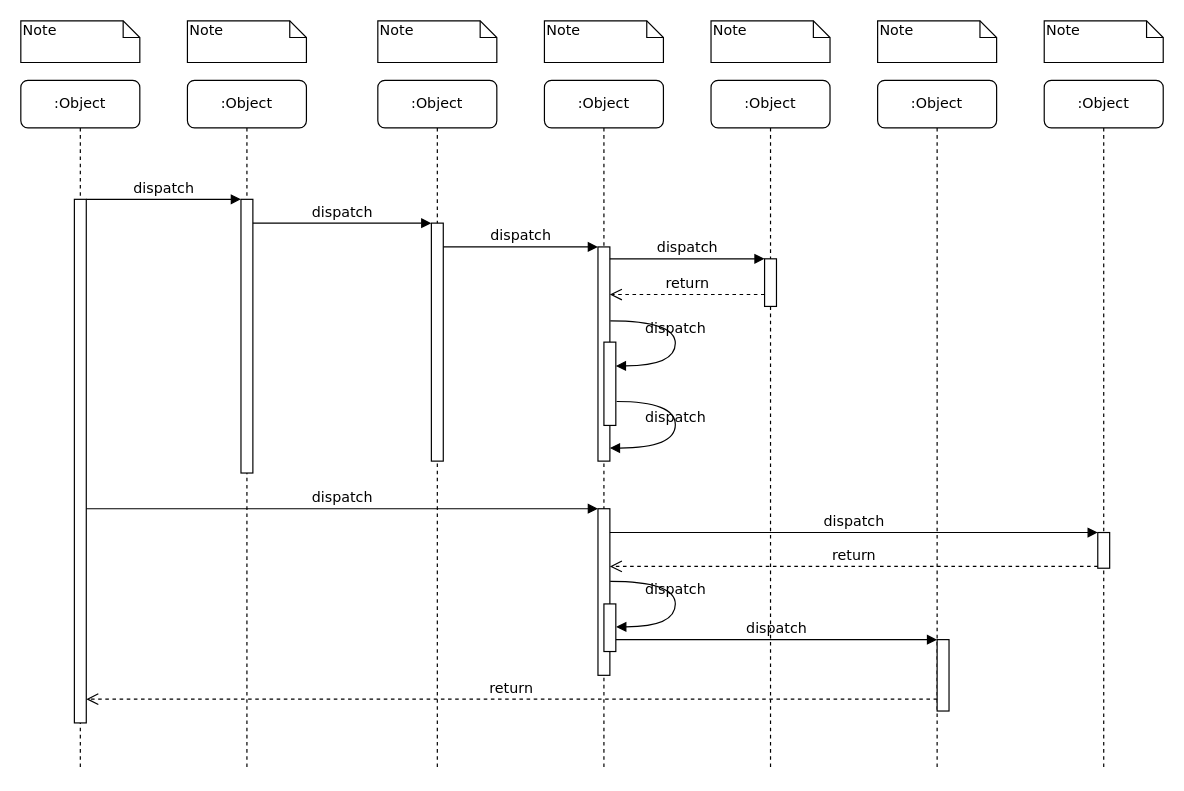
The draw.io diagram craft/push_flow.drawio in feihu618/drawio, before the edit. Source tidied: cells renumbered, new cells numbered last; positions are measured from the earlier drawing's top-left corner, leaving out a move shared by most shapes. Both pictures are drawn from the tidied source at 119%, with x=0, y=0 at pixel (20, 20).
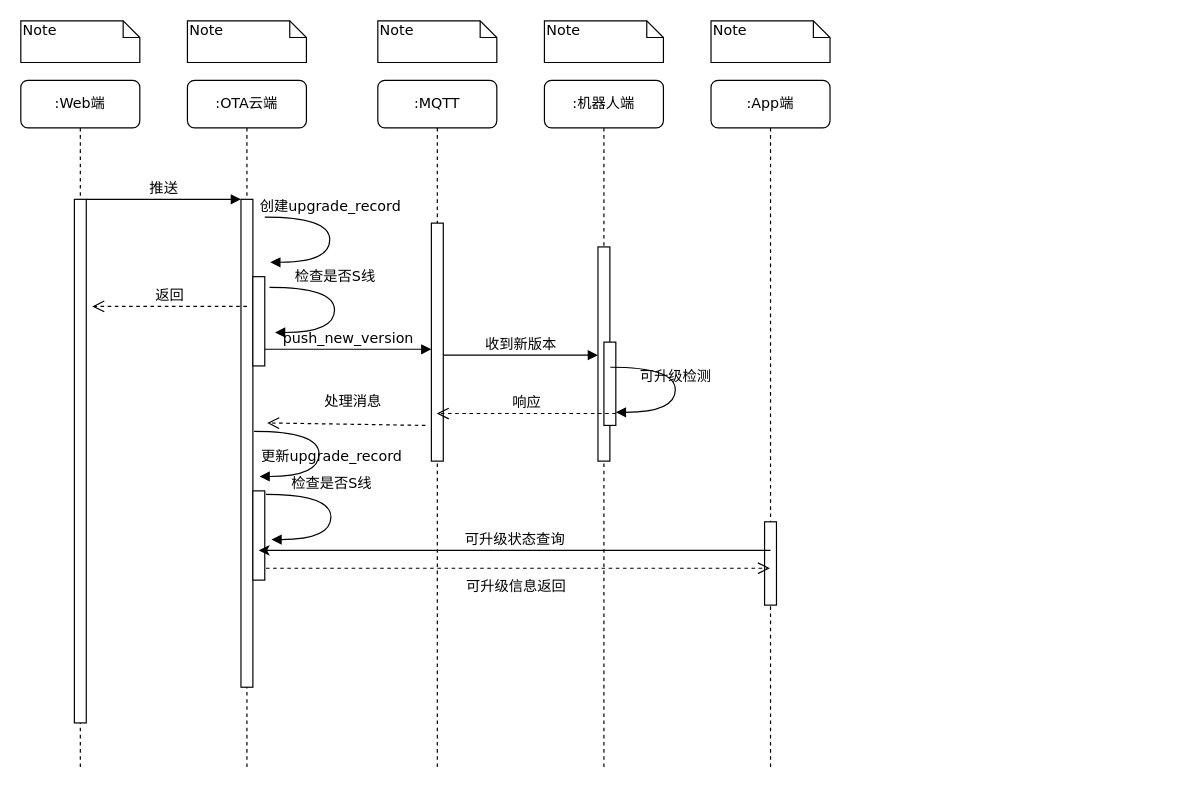
After the change.

The change refers to these unchanged cells:
```xml
<mxCell id="5" style="html=1;points=[];perimeter=orthogonalPerimeter;rounded=0;shadow=0;comic=0;labelBackgroundColor=none;strokeWidth=1;fontFamily=Verdana;fontSize=12;align=center;" parent="4" vertex="1">
  <mxGeometry x="45" y="120" width="10" height="200" as="geometry" />
</mxCell>
<mxCell id="11" style="html=1;points=[];perimeter=orthogonalPerimeter;rounded=0;shadow=0;comic=0;labelBackgroundColor=none;strokeWidth=1;fontFamily=Verdana;fontSize=12;align=center;" parent="10" vertex="1">
  <mxGeometry x="45" y="100" width="10" height="440" as="geometry" />
</mxCell>
<mxCell id="12" style="html=1;points=[];perimeter=orthogonalPerimeter;rounded=0;shadow=0;comic=0;labelBackgroundColor=none;strokeWidth=1;fontFamily=Verdana;fontSize=12;align=center;" parent="1" vertex="1">
  <mxGeometry x="485" y="190" width="10" height="180" as="geometry" />
</mxCell>
<mxCell id="27" style="html=1;points=[];perimeter=orthogonalPerimeter;rounded=0;shadow=0;comic=0;labelBackgroundColor=none;strokeWidth=1;fontFamily=Verdana;fontSize=12;align=center;" parent="1" vertex="1">
  <mxGeometry x="490" y="270" width="10" height="70" as="geometry" />
</mxCell>
```

What changed in the source:
```diff
@@
-    <mxCell id="2" value=":Object" style="shape=umlLifeline;perimeter=lifelinePerimeter;whiteSpace=wrap;html=1;rounded=1;shadow=0;comic=0;labelBackgroundColor=none;strokeWidth=1;fontFamily=Verdana;fontSize=12;align=center;" parent="1" vertex="1">
+    <mxCell id="2" value=":OTA云端" style="shape=umlLifeline;perimeter=lifelinePerimeter;whiteSpace=wrap;html=1;rounded=1;shadow=0;comic=0;labelBackgroundColor=none;strokeWidth=1;fontFamily=Verdana;fontSize=12;align=center;" parent="1" vertex="1">
       <mxGeometry x="140" y="50" width="100" height="580" as="geometry" />
     </mxCell>
     <mxCell id="3" style="html=1;points=[];perimeter=orthogonalPerimeter;rounded=0;shadow=0;comic=0;labelBackgroundColor=none;strokeWidth=1;fontFamily=Verdana;fontSize=12;align=center;" parent="2" vertex="1">
-      <mxGeometry x="45" y="100" width="10" height="230" as="geometry" />
+      <mxGeometry x="45" y="100" width="10" height="410" as="geometry" />
     </mxCell>
+    <mxCell id="39" value="更新upgrade_record" style="html=1;verticalAlign=bottom;endArrow=block;labelBackgroundColor=none;fontFamily=Verdana;fontSize=12;elbow=vertical;edgeStyle=orthogonalEdgeStyle;curved=1;entryX=1;entryY=0.286;entryPerimeter=0;exitX=1.038;exitY=0.345;exitPerimeter=0;" parent="2" edge="1">
+      <mxGeometry x="0.19" y="10" relative="1" as="geometry">
+        <mxPoint x="56" y="295" as="sourcePoint" />
+        <mxPoint x="60.6" y="332.9" as="targetPoint" />
+        <Array as="points">
+          <mxPoint x="110.6" y="294.9" />
+          <mxPoint x="110.6" y="332.9" />
+        </Array>
+      </mxGeometry>
+    </mxCell>
+    <mxCell id="40" style="html=1;points=[];perimeter=orthogonalPerimeter;rounded=0;shadow=0;comic=0;labelBackgroundColor=none;strokeWidth=1;fontFamily=Verdana;fontSize=12;align=center;" parent="2" vertex="1">
+      <mxGeometry x="55" y="345" width="10" height="75" as="geometry" />
+    </mxCell>
-    <mxCell id="4" value=":Object" style="shape=umlLifeline;perimeter=lifelinePerimeter;whiteSpace=wrap;html=1;rounded=1;shadow=0;comic=0;labelBackgroundColor=none;strokeWidth=1;fontFamily=Verdana;fontSize=12;align=center;" parent="1" vertex="1">
+    <mxCell id="4" value=":MQTT" style="shape=umlLifeline;perimeter=lifelinePerimeter;whiteSpace=wrap;html=1;rounded=1;shadow=0;comic=0;labelBackgroundColor=none;strokeWidth=1;fontFamily=Verdana;fontSize=12;align=center;" parent="1" vertex="1">
       <mxGeometry x="300" y="50" width="100" height="580" as="geometry" />
     </mxCell>
@@
-    <mxCell id="6" value=":Object" style="shape=umlLifeline;perimeter=lifelinePerimeter;whiteSpace=wrap;html=1;rounded=1;shadow=0;comic=0;labelBackgroundColor=none;strokeWidth=1;fontFamily=Verdana;fontSize=12;align=center;" parent="1" vertex="1">
+    <mxCell id="6" value=":机器人端" style="shape=umlLifeline;perimeter=lifelinePerimeter;whiteSpace=wrap;html=1;rounded=1;shadow=0;comic=0;labelBackgroundColor=none;strokeWidth=1;fontFamily=Verdana;fontSize=12;align=center;" parent="1" vertex="1">
       <mxGeometry x="440" y="50" width="100" height="580" as="geometry" />
     </mxCell>
-    <mxCell id="7" value=":Object" style="shape=umlLifeline;perimeter=lifelinePerimeter;whiteSpace=wrap;html=1;outlineConnect=0;rounded=1;shadow=0;comic=0;labelBackgroundColor=none;strokeWidth=1;fontFamily=Verdana;fontSize=12;align=center;" parent="1" vertex="1">
+    <mxCell id="7" value=":App端" style="shape=umlLifeline;perimeter=lifelinePerimeter;whiteSpace=wrap;html=1;outlineConnect=0;rounded=1;shadow=0;comic=0;labelBackgroundColor=none;strokeWidth=1;fontFamily=Verdana;fontSize=12;align=center;" parent="1" vertex="1">
       <mxGeometry x="580" y="50" width="100" height="580" as="geometry" />
     </mxCell>
-    <mxCell id="8" value=":Object" style="shape=umlLifeline;perimeter=lifelinePerimeter;whiteSpace=wrap;html=1;rounded=1;shadow=0;comic=0;labelBackgroundColor=none;strokeWidth=1;fontFamily=Verdana;fontSize=12;align=center;" parent="1" vertex="1">
-      <mxGeometry x="720" y="50" width="100" height="580" as="geometry" />
-    </mxCell>
-    <mxCell id="9" value=":Object" style="shape=umlLifeline;perimeter=lifelinePerimeter;whiteSpace=wrap;html=1;rounded=1;shadow=0;comic=0;labelBackgroundColor=none;strokeWidth=1;fontFamily=Verdana;fontSize=12;align=center;" parent="1" vertex="1">
-      <mxGeometry x="860" y="50" width="100" height="580" as="geometry" />
-    </mxCell>
+    <mxCell id="41" style="html=1;perimeter=orthogonalPerimeter;rounded=0;shadow=0;comic=0;labelBackgroundColor=none;strokeWidth=1;fontFamily=Verdana;fontSize=12;align=center;" parent="7" vertex="1">
+      <mxGeometry x="45" y="371" width="10" height="70" as="geometry" />
+    </mxCell>
-    <mxCell id="10" value=":Object" style="shape=umlLifeline;perimeter=lifelinePerimeter;whiteSpace=wrap;html=1;rounded=1;shadow=0;comic=0;labelBackgroundColor=none;strokeWidth=1;fontFamily=Verdana;fontSize=12;align=center;" parent="1" vertex="1">
+    <mxCell id="10" value=":Web端" style="shape=umlLifeline;perimeter=lifelinePerimeter;whiteSpace=wrap;html=1;rounded=1;shadow=0;comic=0;labelBackgroundColor=none;strokeWidth=1;fontFamily=Verdana;fontSize=12;align=center;" parent="1" vertex="1">
       <mxGeometry y="50" width="100" height="580" as="geometry" />
     </mxCell>
@@
-    <mxCell id="13" value="dispatch" style="html=1;verticalAlign=bottom;endArrow=block;labelBackgroundColor=none;fontFamily=Verdana;fontSize=12;edgeStyle=elbowEdgeStyle;elbow=vertical;" parent="1" edge="1" source="5" target="12">
+    <mxCell id="13" value="收到新版本" style="html=1;verticalAlign=bottom;endArrow=block;labelBackgroundColor=none;fontFamily=Verdana;fontSize=12;edgeStyle=elbowEdgeStyle;elbow=vertical;" parent="1" edge="1">
       <mxGeometry relative="1" as="geometry">
+        <mxPoint x="355" y="281" as="sourcePoint" />
+        <mxPoint x="485" y="281" as="targetPoint" />
         <Array as="points">
-          <mxPoint x="360" y="190" />
+          <mxPoint x="360" y="281" />
         </Array>
       </mxGeometry>
     </mxCell>
-    <mxCell id="14" style="html=1;points=[];perimeter=orthogonalPerimeter;rounded=0;shadow=0;comic=0;labelBackgroundColor=none;strokeWidth=1;fontFamily=Verdana;fontSize=12;align=center;" parent="1" vertex="1">
-      <mxGeometry x="625" y="200" width="10" height="40" as="geometry" />
-    </mxCell>
-    <mxCell id="15" value="dispatch" style="html=1;verticalAlign=bottom;endArrow=block;entryX=0;entryY=0;labelBackgroundColor=none;fontFamily=Verdana;fontSize=12;edgeStyle=elbowEdgeStyle;elbow=vertical;" parent="1" edge="1" source="12" target="14">
-      <mxGeometry relative="1" as="geometry" />
-    </mxCell>
-    <mxCell id="16" value="return" style="html=1;verticalAlign=bottom;endArrow=open;dashed=1;endSize=8;labelBackgroundColor=none;fontFamily=Verdana;fontSize=12;edgeStyle=elbowEdgeStyle;elbow=vertical;" parent="1" edge="1" source="14" target="12">
-      <mxGeometry relative="1" as="geometry">
-        <Array as="points">
-          <mxPoint x="570" y="230" />
-          <mxPoint x="600" y="230" />
-        </Array>
-      </mxGeometry>
-    </mxCell>
-    <mxCell id="17" style="html=1;points=[];perimeter=orthogonalPerimeter;rounded=0;shadow=0;comic=0;labelBackgroundColor=none;strokeWidth=1;fontFamily=Verdana;fontSize=12;align=center;" parent="1" vertex="1">
-      <mxGeometry x="485" y="410" width="10" height="140" as="geometry" />
-    </mxCell>
-    <mxCell id="18" value="dispatch" style="html=1;verticalAlign=bottom;endArrow=block;entryX=0;entryY=0;labelBackgroundColor=none;fontFamily=Verdana;fontSize=12;" parent="1" edge="1" source="11" target="17">
-      <mxGeometry relative="1" as="geometry" />
+    <mxCell id="18" value="可升级状态查询" style="html=1;verticalAlign=bottom;endArrow=none;labelBackgroundColor=none;fontFamily=Verdana;fontSize=12;startArrow=classic;startFill=1;endFill=0;" parent="1" edge="1">
+      <mxGeometry relative="1" as="geometry">
+        <mxPoint x="200" y="445" as="sourcePoint" />
+        <mxPoint x="630" y="445" as="targetPoint" />
+        <Array as="points">
+          <mxPoint x="320" y="445" />
+        </Array>
+      </mxGeometry>
     </mxCell>
-    <mxCell id="19" style="html=1;points=[];perimeter=orthogonalPerimeter;rounded=0;shadow=0;comic=0;labelBackgroundColor=none;strokeColor=#000000;strokeWidth=1;fillColor=#FFFFFF;fontFamily=Verdana;fontSize=12;fontColor=#000000;align=center;" parent="1" vertex="1">
-      <mxGeometry x="905" y="430" width="10" height="30" as="geometry" />
-    </mxCell>
-    <mxCell id="20" value="dispatch" style="html=1;verticalAlign=bottom;endArrow=block;entryX=0;entryY=0;labelBackgroundColor=none;fontFamily=Verdana;fontSize=12;" parent="1" edge="1" source="17" target="19">
-      <mxGeometry relative="1" as="geometry" />
-    </mxCell>
-    <mxCell id="21" value="return" style="html=1;verticalAlign=bottom;endArrow=open;dashed=1;endSize=8;exitX=0;exitY=0.95;labelBackgroundColor=none;fontFamily=Verdana;fontSize=12;" parent="1" edge="1" source="19" target="17">
-      <mxGeometry relative="1" as="geometry" />
-    </mxCell>
-    <mxCell id="22" style="html=1;points=[];perimeter=orthogonalPerimeter;rounded=0;shadow=0;comic=0;labelBackgroundColor=none;strokeWidth=1;fontFamily=Verdana;fontSize=12;align=center;" parent="1" vertex="1">
-      <mxGeometry x="770" y="520" width="10" height="60" as="geometry" />
-    </mxCell>
-    <mxCell id="23" value="dispatch" style="html=1;verticalAlign=bottom;endArrow=block;entryX=0;entryY=0;labelBackgroundColor=none;fontFamily=Verdana;fontSize=12;edgeStyle=elbowEdgeStyle;elbow=vertical;" parent="1" edge="1" source="30" target="22">
-      <mxGeometry relative="1" as="geometry" />
-    </mxCell>
-    <mxCell id="24" value="return" style="html=1;verticalAlign=bottom;endArrow=open;dashed=1;endSize=8;labelBackgroundColor=none;fontFamily=Verdana;fontSize=12;edgeStyle=elbowEdgeStyle;elbow=vertical;" parent="1" edge="1" source="22" target="11">
-      <mxGeometry relative="1" as="geometry">
-        <Array as="points">
-          <mxPoint x="470" y="570" />
-        </Array>
-      </mxGeometry>
-    </mxCell>
-    <mxCell id="25" value="dispatch" style="html=1;verticalAlign=bottom;endArrow=block;entryX=0;entryY=0;labelBackgroundColor=none;fontFamily=Verdana;fontSize=12;edgeStyle=elbowEdgeStyle;elbow=vertical;" parent="1" edge="1" source="11" target="3">
+    <mxCell id="25" value="推送" style="html=1;verticalAlign=bottom;endArrow=block;entryX=0;entryY=0;labelBackgroundColor=none;fontFamily=Verdana;fontSize=12;edgeStyle=elbowEdgeStyle;elbow=vertical;" parent="1" edge="1" source="11" target="3">
       <mxGeometry relative="1" as="geometry" />
     </mxCell>
-    <mxCell id="26" value="dispatch" style="html=1;verticalAlign=bottom;endArrow=block;entryX=0;entryY=0;labelBackgroundColor=none;fontFamily=Verdana;fontSize=12;edgeStyle=elbowEdgeStyle;elbow=vertical;" parent="1" edge="1" source="3" target="5">
-      <mxGeometry relative="1" as="geometry" />
+    <mxCell id="26" value="push_new_version" style="html=1;verticalAlign=bottom;endArrow=block;entryX=0;entryY=0;labelBackgroundColor=none;fontFamily=Verdana;fontSize=12;edgeStyle=elbowEdgeStyle;elbow=vertical;startArrow=none;" parent="1" edge="1">
+      <mxGeometry relative="1" as="geometry">
+        <mxPoint x="205" y="276" as="sourcePoint" />
+        <mxPoint x="345" y="276" as="targetPoint" />
+      </mxGeometry>
     </mxCell>
@@
-    <mxCell id="28" value="dispatch" style="html=1;verticalAlign=bottom;endArrow=block;labelBackgroundColor=none;fontFamily=Verdana;fontSize=12;elbow=vertical;edgeStyle=orthogonalEdgeStyle;curved=1;entryX=1;entryY=0.286;entryPerimeter=0;exitX=1.038;exitY=0.345;exitPerimeter=0;" parent="1" edge="1" source="12" target="27">
+    <mxCell id="28" value="可升级检测" style="html=1;verticalAlign=bottom;endArrow=block;labelBackgroundColor=none;fontFamily=Verdana;fontSize=12;elbow=vertical;edgeStyle=orthogonalEdgeStyle;curved=1;entryX=1;entryY=0.286;entryPerimeter=0;exitX=1.038;exitY=0.345;exitPerimeter=0;" parent="1" edge="1">
       <mxGeometry relative="1" as="geometry">
+        <mxPoint x="495.4" y="291.1" as="sourcePoint" />
+        <mxPoint x="500" y="329" as="targetPoint" />
         <Array as="points">
-          <mxPoint x="550" y="252" />
-          <mxPoint x="550" y="290" />
+          <mxPoint x="550" y="291" />
+          <mxPoint x="550" y="329" />
         </Array>
       </mxGeometry>
     </mxCell>
-    <mxCell id="29" value="dispatch" style="html=1;verticalAlign=bottom;endArrow=block;labelBackgroundColor=none;fontFamily=Verdana;fontSize=12;elbow=vertical;edgeStyle=orthogonalEdgeStyle;curved=1;exitX=1.066;exitY=0.713;exitPerimeter=0;" parent="1" edge="1" source="27">
-      <mxGeometry relative="1" as="geometry">
-        <mxPoint x="495" y="359" as="targetPoint" />
-        <Array as="points">
-          <mxPoint x="550" y="320" />
-          <mxPoint x="550" y="359" />
-        </Array>
-      </mxGeometry>
-    </mxCell>
-    <mxCell id="30" style="html=1;points=[];perimeter=orthogonalPerimeter;rounded=0;shadow=0;comic=0;labelBackgroundColor=none;strokeWidth=1;fontFamily=Verdana;fontSize=12;align=center;" parent="1" vertex="1">
-      <mxGeometry x="490" y="490" width="10" height="40" as="geometry" />
-    </mxCell>
-    <mxCell id="31" value="dispatch" style="html=1;verticalAlign=bottom;endArrow=block;labelBackgroundColor=none;fontFamily=Verdana;fontSize=12;elbow=vertical;edgeStyle=orthogonalEdgeStyle;curved=1;entryX=1;entryY=0.286;entryPerimeter=0;exitX=1.038;exitY=0.345;exitPerimeter=0;" parent="1" edge="1">
-      <mxGeometry relative="1" as="geometry">
-        <mxPoint x="495.3" y="471" as="sourcePoint" />
-        <mxPoint x="500.3" y="509.3" as="targetPoint" />
-        <Array as="points">
-          <mxPoint x="550" y="471" />
-          <mxPoint x="550" y="509" />
-        </Array>
-      </mxGeometry>
-    </mxCell>
@@
-    <mxCell id="37" value="Note" style="shape=note;whiteSpace=wrap;html=1;size=14;verticalAlign=top;align=left;spacingTop=-6;rounded=0;shadow=0;comic=0;labelBackgroundColor=none;strokeWidth=1;fontFamily=Verdana;fontSize=12;" parent="1" vertex="1">
-      <mxGeometry x="720" width="100" height="35" as="geometry" />
-    </mxCell>
-    <mxCell id="38" value="Note" style="shape=note;whiteSpace=wrap;html=1;size=14;verticalAlign=top;align=left;spacingTop=-6;rounded=0;shadow=0;comic=0;labelBackgroundColor=none;strokeWidth=1;fontFamily=Verdana;fontSize=12;" parent="1" vertex="1">
-      <mxGeometry x="860" width="100" height="35" as="geometry" />
-    </mxCell>
+    <mxCell id="42" style="html=1;verticalAlign=bottom;endArrow=none;entryX=0;entryY=0;labelBackgroundColor=none;fontFamily=Verdana;fontSize=12;edgeStyle=elbowEdgeStyle;elbow=vertical;" parent="1" edge="1" source="3">
+      <mxGeometry relative="1" as="geometry">
+        <mxPoint x="195" y="160" as="targetPoint" />
+      </mxGeometry>
+    </mxCell>
+    <mxCell id="43" value="创建upgrade_record" style="html=1;verticalAlign=bottom;endArrow=block;labelBackgroundColor=none;fontFamily=Verdana;fontSize=12;elbow=vertical;edgeStyle=orthogonalEdgeStyle;curved=1;entryX=1;entryY=0.286;entryPerimeter=0;exitX=1.038;exitY=0.345;exitPerimeter=0;" parent="1" edge="1">
+      <mxGeometry x="-0.23" relative="1" as="geometry">
+        <mxPoint x="205" y="165" as="sourcePoint" />
+        <mxPoint x="209.6" y="202.9" as="targetPoint" />
+        <Array as="points">
+          <mxPoint x="259.6" y="164.9" />
+          <mxPoint x="259.6" y="202.9" />
+        </Array>
+      </mxGeometry>
+    </mxCell>
+    <mxCell id="44" value="响应" style="html=1;verticalAlign=bottom;endArrow=open;dashed=1;endSize=8;exitX=1;exitY=0.714;labelBackgroundColor=none;fontFamily=Verdana;fontSize=12;exitDx=0;exitDy=0;exitPerimeter=0;" parent="1" edge="1">
+      <mxGeometry relative="1" as="geometry">
+        <mxPoint x="500" y="330" as="sourcePoint" />
+        <mxPoint x="349.5" y="330" as="targetPoint" />
+      </mxGeometry>
+    </mxCell>
+    <mxCell id="45" value="处理消息" style="html=1;verticalAlign=bottom;endArrow=open;dashed=1;endSize=8;labelBackgroundColor=none;fontFamily=Verdana;fontSize=12;entryX=1.2;entryY=0.73;entryDx=0;entryDy=0;entryPerimeter=0;" parent="1" edge="1">
+      <mxGeometry x="-0.08" y="-10" relative="1" as="geometry">
+        <mxPoint x="340" y="340" as="sourcePoint" />
+        <mxPoint x="207" y="337.9" as="targetPoint" />
+      </mxGeometry>
+    </mxCell>
+    <mxCell id="46" value="可升级信息返回" style="html=1;verticalAlign=bottom;endArrow=open;dashed=1;endSize=8;labelBackgroundColor=none;fontFamily=Verdana;fontSize=12;exitX=1.1;exitY=0.867;exitDx=0;exitDy=0;exitPerimeter=0;" parent="1" edge="1" source="40" target="7">
+      <mxGeometry x="-0.01" y="-25" relative="1" as="geometry" />
+    </mxCell>
+    <mxCell id="47" value="返回" style="html=1;verticalAlign=bottom;endArrow=open;dashed=1;endSize=8;labelBackgroundColor=none;fontFamily=Verdana;fontSize=12;" parent="1" edge="1">
+      <mxGeometry relative="1" as="geometry">
+        <mxPoint x="190" y="240" as="sourcePoint" />
+        <mxPoint x="60" y="240" as="targetPoint" />
+      </mxGeometry>
+    </mxCell>
+    <mxCell id="48" style="html=1;perimeter=orthogonalPerimeter;rounded=0;shadow=0;comic=0;labelBackgroundColor=none;strokeWidth=1;fontFamily=Verdana;fontSize=12;align=center;" parent="1" vertex="1">
+      <mxGeometry x="195" y="215" width="10" height="75" as="geometry" />
+    </mxCell>
+    <mxCell id="49" value="检查是否S线" style="html=1;verticalAlign=bottom;endArrow=block;labelBackgroundColor=none;fontFamily=Verdana;fontSize=12;elbow=vertical;edgeStyle=orthogonalEdgeStyle;curved=1;entryX=1;entryY=0.286;entryPerimeter=0;exitX=1.038;exitY=0.345;exitPerimeter=0;" parent="1" edge="1">
+      <mxGeometry x="-0.23" relative="1" as="geometry">
+        <mxPoint x="209" y="224" as="sourcePoint" />
+        <mxPoint x="213.6" y="261.9" as="targetPoint" />
+        <Array as="points">
+          <mxPoint x="263.6" y="223.9" />
+          <mxPoint x="263.6" y="261.9" />
+        </Array>
+      </mxGeometry>
+    </mxCell>
+    <mxCell id="50" value="检查是否S线" style="html=1;verticalAlign=bottom;endArrow=block;labelBackgroundColor=none;fontFamily=Verdana;fontSize=12;elbow=vertical;edgeStyle=orthogonalEdgeStyle;curved=1;entryX=1;entryY=0.286;entryPerimeter=0;exitX=1.038;exitY=0.345;exitPerimeter=0;" parent="1" edge="1">
+      <mxGeometry x="-0.23" relative="1" as="geometry">
+        <mxPoint x="206" y="398" as="sourcePoint" />
+        <mxPoint x="210.6" y="435.9" as="targetPoint" />
+        <Array as="points">
+          <mxPoint x="260.6" y="397.9" />
+          <mxPoint x="260.6" y="435.9" />
+        </Array>
+      </mxGeometry>
+    </mxCell>
```
